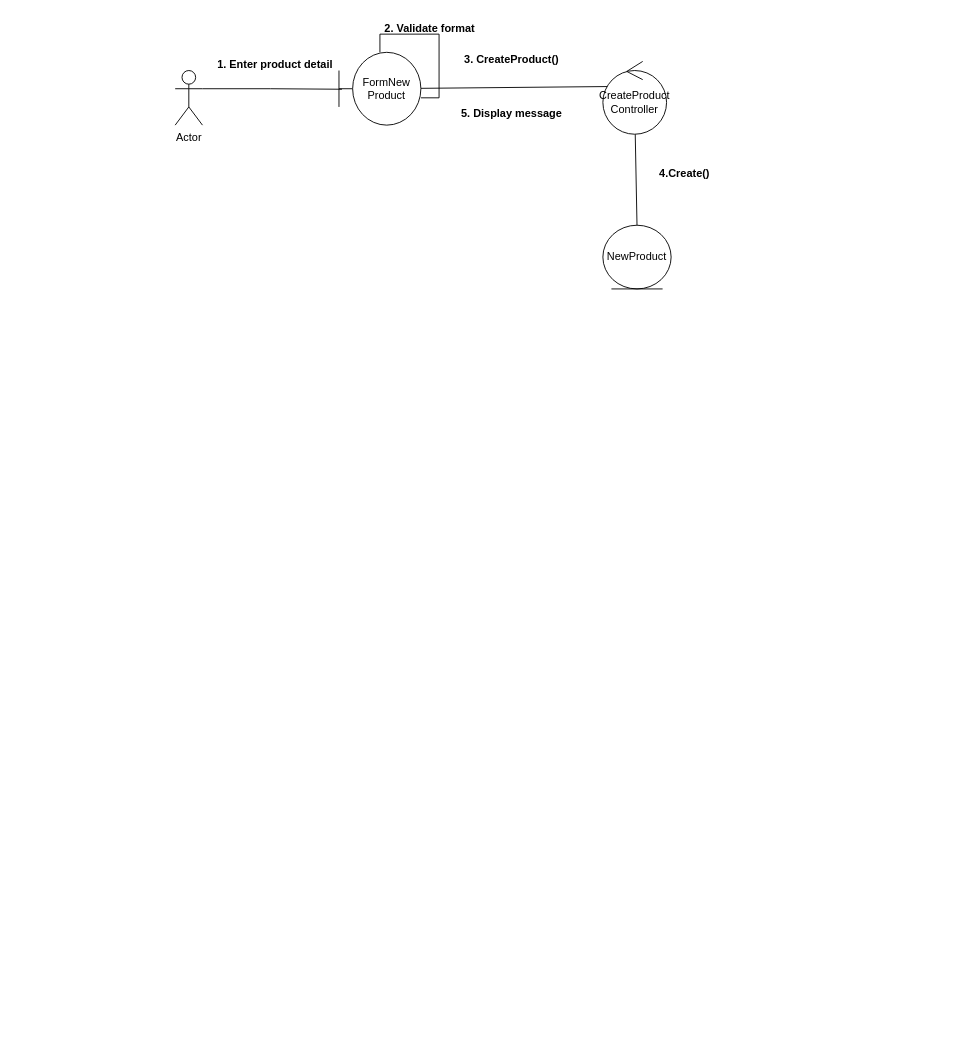
Before: SDM Day 2 practise.drawio in liye000/UsercaseDiagram, a draw.io diagram. Source tidied: cells renumbered, new cells numbered last; positions are measured from the earlier drawing's top-left corner, leaving out a move shared by most shapes. Both pictures are drawn from the tidied source at 91%, with x=0, y=0 at pixel (175, 15).
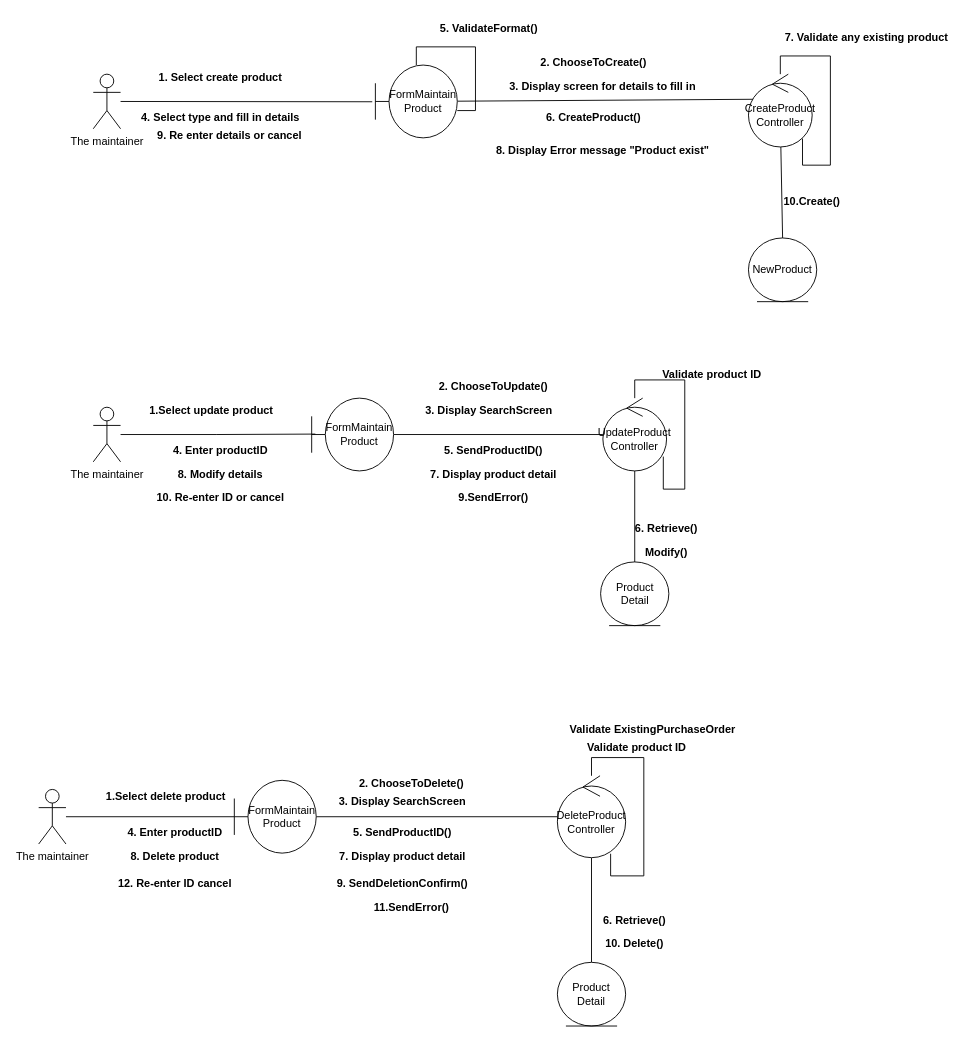
The same diagram, later.

Change to the diagram source:
```diff
@@
-    <mxCell id="2" style="edgeStyle=orthogonalEdgeStyle;rounded=0;jettySize=auto;html=1;exitX=1;exitY=0.3333333333333333;exitDx=0;exitDy=0;exitPerimeter=0;entryX=0.036;entryY=0.507;entryDx=0;entryDy=0;entryPerimeter=0;endArrow=none;endFill=0;" parent="1" edge="1" source="3" target="6">
+    <mxCell id="2" style="edgeStyle=none;rounded=0;jettySize=auto;html=1;entryX=-0.038;entryY=0.504;entryDx=0;entryDy=0;entryPerimeter=0;endArrow=none;endFill=0;" parent="1" edge="1" source="3" target="6">
       <mxGeometry relative="1" as="geometry" />
     </mxCell>
-    <mxCell id="3" value="Actor" style="shape=umlActor;verticalLabelPosition=bottom;verticalAlign=top;html=1;" parent="1" vertex="1">
-      <mxGeometry y="60" width="30" height="60" as="geometry" />
+    <mxCell id="3" value="The maintainer" style="shape=umlActor;verticalLabelPosition=bottom;verticalAlign=top;html=1;" parent="1" vertex="1">
+      <mxGeometry x="-90" y="64" width="30" height="60" as="geometry" />
     </mxCell>
@@
-    <mxCell id="6" value="FormNew&lt;br&gt;Product" style="shape=umlBoundary;whiteSpace=wrap;html=1;" parent="1" vertex="1">
-      <mxGeometry x="180" y="40" width="90" height="80" as="geometry" />
+    <mxCell id="6" value="FormMaintain&lt;br&gt;Product" style="shape=umlBoundary;whiteSpace=wrap;html=1;" parent="1" vertex="1">
+      <mxGeometry x="220" y="54" width="90" height="80" as="geometry" />
     </mxCell>
@@
+    <mxCell id="15" style="edgeStyle=orthogonalEdgeStyle;rounded=0;orthogonalLoop=1;jettySize=auto;html=1;endArrow=none;endFill=0;entryX=0.848;entryY=0.885;entryDx=0;entryDy=0;entryPerimeter=0;" parent="1" edge="1" source="8" target="8">
+      <mxGeometry relative="1" as="geometry" />
+    </mxCell>
     <mxCell id="8" value="CreateProduct&lt;br&gt;Controller" style="ellipse;shape=umlControl;whiteSpace=wrap;html=1;" parent="1" vertex="1">
-      <mxGeometry x="470" y="50" width="70" height="80" as="geometry" />
+      <mxGeometry x="630" y="64" width="70" height="80" as="geometry" />
     </mxCell>
-    <mxCell id="9" value="1. Enter product detail" style="text;align=center;fontStyle=1;verticalAlign=middle;spacingLeft=3;spacingRight=3;strokeColor=none;" parent="1" vertex="1">
-      <mxGeometry x="70" y="40" width="80" height="26" as="geometry" />
+    <mxCell id="9" value="1. Select create product" style="text;align=center;fontStyle=1;verticalAlign=middle;spacingLeft=3;spacingRight=3;strokeColor=none;" parent="1" vertex="1">
+      <mxGeometry x="10" y="54" width="80" height="26" as="geometry" />
     </mxCell>
-    <mxCell id="10" value="2. Validate format" style="text;align=center;fontStyle=1;verticalAlign=middle;spacingLeft=3;spacingRight=3;strokeColor=none;" parent="1" vertex="1">
-      <mxGeometry x="240" width="80" height="26" as="geometry" />
+    <mxCell id="10" value="5. ValidateFormat()" style="text;align=center;fontStyle=1;verticalAlign=middle;spacingLeft=3;spacingRight=3;strokeColor=none;" parent="1" vertex="1">
+      <mxGeometry x="305" width="80" height="26" as="geometry" />
     </mxCell>
-    <mxCell id="11" value="3. CreateProduct()" style="text;align=center;fontStyle=1;verticalAlign=middle;spacingLeft=3;spacingRight=3;strokeColor=none;" parent="1" vertex="1">
-      <mxGeometry x="330" y="34" width="80" height="26" as="geometry" />
+    <mxCell id="11" value="6. CreateProduct()" style="text;align=center;fontStyle=1;verticalAlign=middle;spacingLeft=3;spacingRight=3;strokeColor=none;" parent="1" vertex="1">
+      <mxGeometry x="420" y="98" width="80" height="26" as="geometry" />
     </mxCell>
     <mxCell id="12" value="NewProduct" style="ellipse;shape=umlEntity;whiteSpace=wrap;html=1;" parent="1" vertex="1">
-      <mxGeometry x="470" y="230" width="75" height="70" as="geometry" />
+      <mxGeometry x="630" y="244" width="75" height="70" as="geometry" />
     </mxCell>
-    <mxCell id="13" value="4.Create()" style="text;align=center;fontStyle=1;verticalAlign=middle;spacingLeft=3;spacingRight=3;strokeColor=none;" parent="1" vertex="1">
-      <mxGeometry x="520" y="160" width="80" height="26" as="geometry" />
+    <mxCell id="13" value="10.Create()" style="text;align=center;fontStyle=1;verticalAlign=middle;spacingLeft=3;spacingRight=3;strokeColor=none;" parent="1" vertex="1">
+      <mxGeometry x="660" y="190" width="80" height="26" as="geometry" />
     </mxCell>
-    <mxCell id="14" value="5. Display message" style="text;align=center;fontStyle=1;verticalAlign=middle;spacingLeft=3;spacingRight=3;strokeColor=none;" parent="1" vertex="1">
-      <mxGeometry x="330" y="94" width="80" height="26" as="geometry" />
-    </mxCell>
+    <mxCell id="16" value="3. Display screen for details to fill in" style="text;align=center;fontStyle=1;verticalAlign=middle;spacingLeft=3;spacingRight=3;strokeColor=none;" parent="1" vertex="1">
+      <mxGeometry x="430" y="64" width="80" height="26" as="geometry" />
+    </mxCell>
+    <mxCell id="17" value="4. Select type and fill in details" style="text;align=center;fontStyle=1;verticalAlign=middle;spacingLeft=3;spacingRight=3;strokeColor=none;" parent="1" vertex="1">
+      <mxGeometry x="10" y="98" width="80" height="26" as="geometry" />
+    </mxCell>
+    <mxCell id="18" value="7. Validate any existing product" style="text;align=center;fontStyle=1;verticalAlign=middle;spacingLeft=3;spacingRight=3;strokeColor=none;" parent="1" vertex="1">
+      <mxGeometry x="720" y="10" width="80" height="26" as="geometry" />
+    </mxCell>
+    <mxCell id="19" value="8. Display Error message &quot;Product exist&quot;" style="text;align=center;fontStyle=1;verticalAlign=middle;spacingLeft=3;spacingRight=3;strokeColor=none;" parent="1" vertex="1">
+      <mxGeometry x="430" y="134" width="80" height="26" as="geometry" />
+    </mxCell>
+    <mxCell id="20" value="9. Re enter details or cancel" style="text;align=center;fontStyle=1;verticalAlign=middle;spacingLeft=3;spacingRight=3;strokeColor=none;" parent="1" vertex="1">
+      <mxGeometry x="20" y="118" width="80" height="26" as="geometry" />
+    </mxCell>
+    <mxCell id="21" style="edgeStyle=orthogonalEdgeStyle;rounded=0;jettySize=auto;html=1;entryX=0.045;entryY=0.494;entryDx=0;entryDy=0;entryPerimeter=0;endArrow=none;endFill=0;" parent="1" edge="1" source="22" target="24">
+      <mxGeometry relative="1" as="geometry" />
+    </mxCell>
+    <mxCell id="22" value="The maintainer" style="shape=umlActor;verticalLabelPosition=bottom;verticalAlign=top;html=1;" parent="1" vertex="1">
+      <mxGeometry x="-90" y="430" width="30" height="60" as="geometry" />
+    </mxCell>
+    <mxCell id="23" style="edgeStyle=orthogonalEdgeStyle;rounded=0;jettySize=auto;html=1;endArrow=none;endFill=0;" parent="1" edge="1" source="24" target="28">
+      <mxGeometry relative="1" as="geometry" />
+    </mxCell>
+    <mxCell id="24" value="FormMaintain&lt;br&gt;Product" style="shape=umlBoundary;whiteSpace=wrap;html=1;" parent="1" vertex="1">
+      <mxGeometry x="150" y="420" width="90" height="80" as="geometry" />
+    </mxCell>
+    <mxCell id="25" value="1.Select update product" style="text;align=center;fontStyle=1;verticalAlign=middle;spacingLeft=3;spacingRight=3;strokeColor=none;" parent="1" vertex="1">
+      <mxGeometry y="420" width="80" height="26" as="geometry" />
+    </mxCell>
+    <mxCell id="26" value="2. ChooseToCreate()" style="text;align=center;fontStyle=1;verticalAlign=middle;spacingLeft=3;spacingRight=3;strokeColor=none;" parent="1" vertex="1">
+      <mxGeometry x="420" y="38" width="80" height="26" as="geometry" />
+    </mxCell>
+    <mxCell id="27" style="edgeStyle=orthogonalEdgeStyle;rounded=0;jettySize=auto;html=1;entryX=0.5;entryY=0;entryDx=0;entryDy=0;endArrow=none;endFill=0;" parent="1" edge="1" source="28" target="34">
+      <mxGeometry relative="1" as="geometry" />
+    </mxCell>
+    <mxCell id="28" value="UpdateProduct&lt;br&gt;Controller" style="ellipse;shape=umlControl;whiteSpace=wrap;html=1;" parent="1" vertex="1">
+      <mxGeometry x="470" y="420" width="70" height="80" as="geometry" />
+    </mxCell>
+    <mxCell id="29" value="2. ChooseToUpdate()" style="text;align=center;fontStyle=1;verticalAlign=middle;spacingLeft=3;spacingRight=3;strokeColor=none;" parent="1" vertex="1">
+      <mxGeometry x="310" y="394" width="80" height="26" as="geometry" />
+    </mxCell>
+    <mxCell id="30" value="3. Display SearchScreen" style="text;align=center;fontStyle=1;verticalAlign=middle;spacingLeft=3;spacingRight=3;strokeColor=none;" parent="1" vertex="1">
+      <mxGeometry x="305" y="420" width="80" height="26" as="geometry" />
+    </mxCell>
+    <mxCell id="31" value="4. Enter productID" style="text;align=center;fontStyle=1;verticalAlign=middle;spacingLeft=3;spacingRight=3;strokeColor=none;" parent="1" vertex="1">
+      <mxGeometry x="10" y="464" width="80" height="26" as="geometry" />
+    </mxCell>
+    <mxCell id="32" style="edgeStyle=orthogonalEdgeStyle;rounded=0;orthogonalLoop=1;jettySize=auto;html=1;entryX=0.949;entryY=0.803;entryDx=0;entryDy=0;entryPerimeter=0;endArrow=none;endFill=0;" parent="1" edge="1" source="28" target="28">
+      <mxGeometry relative="1" as="geometry" />
+    </mxCell>
+    <mxCell id="33" value="Validate product ID" style="text;align=center;fontStyle=1;verticalAlign=middle;spacingLeft=3;spacingRight=3;strokeColor=none;" parent="1" vertex="1">
+      <mxGeometry x="550" y="380" width="80" height="26" as="geometry" />
+    </mxCell>
+    <mxCell id="34" value="Product Detail" style="ellipse;shape=umlEntity;whiteSpace=wrap;html=1;" parent="1" vertex="1">
+      <mxGeometry x="467.5" y="600" width="75" height="70" as="geometry" />
+    </mxCell>
+    <mxCell id="35" value="7. Display product detail" style="text;align=center;fontStyle=1;verticalAlign=middle;spacingLeft=3;spacingRight=3;strokeColor=none;" parent="1" vertex="1">
+      <mxGeometry x="310" y="490" width="80" height="26" as="geometry" />
+    </mxCell>
+    <mxCell id="36" value="8. Modify details" style="text;align=center;fontStyle=1;verticalAlign=middle;spacingLeft=3;spacingRight=3;strokeColor=none;" parent="1" vertex="1">
+      <mxGeometry x="10" y="490" width="80" height="26" as="geometry" />
+    </mxCell>
+    <mxCell id="37" value="6. Retrieve()" style="text;align=center;fontStyle=1;verticalAlign=middle;spacingLeft=3;spacingRight=3;strokeColor=none;" parent="1" vertex="1">
+      <mxGeometry x="500" y="550" width="80" height="26" as="geometry" />
+    </mxCell>
+    <mxCell id="38" value="Modify()" style="text;align=center;fontStyle=1;verticalAlign=middle;spacingLeft=3;spacingRight=3;strokeColor=none;" parent="1" vertex="1">
+      <mxGeometry x="500" y="576" width="80" height="26" as="geometry" />
+    </mxCell>
+    <mxCell id="39" value="9.SendError()" style="text;align=center;fontStyle=1;verticalAlign=middle;spacingLeft=3;spacingRight=3;strokeColor=none;" parent="1" vertex="1">
+      <mxGeometry x="310" y="516" width="80" height="26" as="geometry" />
+    </mxCell>
+    <mxCell id="40" value="10. Re-enter ID or cancel" style="text;align=center;fontStyle=1;verticalAlign=middle;spacingLeft=3;spacingRight=3;strokeColor=none;" parent="1" vertex="1">
+      <mxGeometry x="10" y="516" width="80" height="26" as="geometry" />
+    </mxCell>
+    <mxCell id="41" style="edgeStyle=orthogonalEdgeStyle;rounded=0;jettySize=auto;html=1;endArrow=none;endFill=0;" parent="1" edge="1" source="42" target="44">
+      <mxGeometry relative="1" as="geometry" />
+    </mxCell>
+    <mxCell id="42" value="The maintainer" style="shape=umlActor;verticalLabelPosition=bottom;verticalAlign=top;html=1;" parent="1" vertex="1">
+      <mxGeometry x="-150" y="850" width="30" height="60" as="geometry" />
+    </mxCell>
+    <mxCell id="43" style="edgeStyle=orthogonalEdgeStyle;rounded=0;jettySize=auto;html=1;endArrow=none;endFill=0;" parent="1" edge="1" source="44" target="46">
+      <mxGeometry relative="1" as="geometry" />
+    </mxCell>
+    <mxCell id="44" value="FormMaintain&lt;br&gt;Product" style="shape=umlBoundary;whiteSpace=wrap;html=1;" parent="1" vertex="1">
+      <mxGeometry x="65" y="840" width="90" height="80" as="geometry" />
+    </mxCell>
+    <mxCell id="45" style="edgeStyle=orthogonalEdgeStyle;rounded=0;jettySize=auto;html=1;entryX=0.5;entryY=0;entryDx=0;entryDy=0;endArrow=none;endFill=0;" parent="1" edge="1" source="46" target="55">
+      <mxGeometry relative="1" as="geometry" />
+    </mxCell>
+    <mxCell id="46" value="DeleteProduct&lt;br&gt;Controller" style="ellipse;shape=umlControl;whiteSpace=wrap;html=1;" parent="1" vertex="1">
+      <mxGeometry x="420" y="835" width="75" height="90" as="geometry" />
+    </mxCell>
+    <mxCell id="47" value="1.Select delete product" style="text;align=center;fontStyle=1;verticalAlign=middle;spacingLeft=3;spacingRight=3;strokeColor=none;" parent="1" vertex="1">
+      <mxGeometry x="-50" y="844" width="80" height="26" as="geometry" />
+    </mxCell>
+    <mxCell id="48" value="2. ChooseToDelete()" style="text;align=center;fontStyle=1;verticalAlign=middle;spacingLeft=3;spacingRight=3;strokeColor=none;" parent="1" vertex="1">
+      <mxGeometry x="220" y="830" width="80" height="26" as="geometry" />
+    </mxCell>
+    <mxCell id="49" value="3. Display SearchScreen" style="text;align=center;fontStyle=1;verticalAlign=middle;spacingLeft=3;spacingRight=3;strokeColor=none;" parent="1" vertex="1">
+      <mxGeometry x="210" y="850" width="80" height="26" as="geometry" />
+    </mxCell>
+    <mxCell id="50" value="4. Enter productID" style="text;align=center;fontStyle=1;verticalAlign=middle;spacingLeft=3;spacingRight=3;strokeColor=none;" parent="1" vertex="1">
+      <mxGeometry x="-40" y="884" width="80" height="26" as="geometry" />
+    </mxCell>
+    <mxCell id="51" value="5. SendProductID()" style="text;align=center;fontStyle=1;verticalAlign=middle;spacingLeft=3;spacingRight=3;strokeColor=none;" parent="1" vertex="1">
+      <mxGeometry x="210" y="884" width="80" height="26" as="geometry" />
+    </mxCell>
+    <mxCell id="52" value="5. SendProductID()" style="text;align=center;fontStyle=1;verticalAlign=middle;spacingLeft=3;spacingRight=3;strokeColor=none;" parent="1" vertex="1">
+      <mxGeometry x="310" y="464" width="80" height="26" as="geometry" />
+    </mxCell>
+    <mxCell id="53" style="edgeStyle=orthogonalEdgeStyle;rounded=0;orthogonalLoop=1;jettySize=auto;html=1;entryX=0.78;entryY=0.952;entryDx=0;entryDy=0;entryPerimeter=0;endArrow=none;endFill=0;" parent="1" edge="1" source="46" target="46">
+      <mxGeometry relative="1" as="geometry" />
+    </mxCell>
+    <mxCell id="54" value="Validate product ID" style="text;align=center;fontStyle=1;verticalAlign=middle;spacingLeft=3;spacingRight=3;strokeColor=none;" parent="1" vertex="1">
+      <mxGeometry x="467.5" y="790" width="80" height="26" as="geometry" />
+    </mxCell>
+    <mxCell id="55" value="Product Detail" style="ellipse;shape=umlEntity;whiteSpace=wrap;html=1;" parent="1" vertex="1">
+      <mxGeometry x="420" y="1040" width="75" height="70" as="geometry" />
+    </mxCell>
+    <mxCell id="56" value="6. Retrieve()" style="text;align=center;fontStyle=1;verticalAlign=middle;spacingLeft=3;spacingRight=3;strokeColor=none;" parent="1" vertex="1">
+      <mxGeometry x="465" y="980" width="80" height="26" as="geometry" />
+    </mxCell>
+    <mxCell id="57" value="7. Display product detail" style="text;align=center;fontStyle=1;verticalAlign=middle;spacingLeft=3;spacingRight=3;strokeColor=none;" parent="1" vertex="1">
+      <mxGeometry x="210" y="910" width="80" height="26" as="geometry" />
+    </mxCell>
+    <mxCell id="58" value="8. Delete product" style="text;align=center;fontStyle=1;verticalAlign=middle;spacingLeft=3;spacingRight=3;strokeColor=none;" parent="1" vertex="1">
+      <mxGeometry x="-40" y="910" width="80" height="26" as="geometry" />
+    </mxCell>
+    <mxCell id="59" value="9. SendDeletionConfirm()" style="text;align=center;fontStyle=1;verticalAlign=middle;spacingLeft=3;spacingRight=3;strokeColor=none;" parent="1" vertex="1">
+      <mxGeometry x="210" y="940" width="80" height="26" as="geometry" />
+    </mxCell>
+    <mxCell id="60" value="10. Delete()" style="text;align=center;fontStyle=1;verticalAlign=middle;spacingLeft=3;spacingRight=3;strokeColor=none;" parent="1" vertex="1">
+      <mxGeometry x="465" y="1006" width="80" height="26" as="geometry" />
+    </mxCell>
+    <mxCell id="61" value="11.SendError()" style="text;align=center;fontStyle=1;verticalAlign=middle;spacingLeft=3;spacingRight=3;strokeColor=none;" parent="1" vertex="1">
+      <mxGeometry x="220" y="966" width="80" height="26" as="geometry" />
+    </mxCell>
+    <mxCell id="62" value="12. Re-enter ID cancel" style="text;align=center;fontStyle=1;verticalAlign=middle;spacingLeft=3;spacingRight=3;strokeColor=none;" parent="1" vertex="1">
+      <mxGeometry x="-40" y="940" width="80" height="26" as="geometry" />
+    </mxCell>
+    <mxCell id="63" value="Validate ExistingPurchaseOrder" style="text;align=center;fontStyle=1;verticalAlign=middle;spacingLeft=3;spacingRight=3;strokeColor=none;" parent="1" vertex="1">
+      <mxGeometry x="485" y="770" width="80" height="26" as="geometry" />
+    </mxCell>
```
